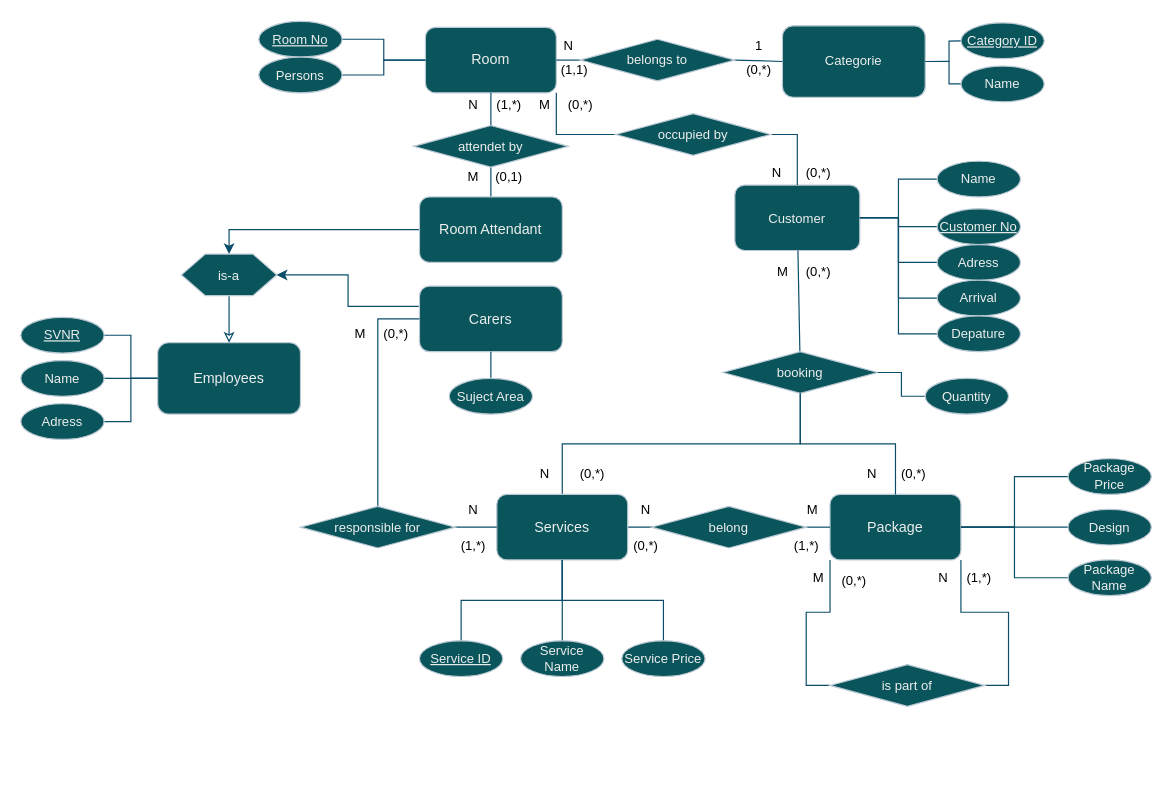
Earlier version of the draw.io diagram Hotel.drawio (IP2312/Database). Source tidied: cells renumbered, new cells numbered last; positions are measured from the earlier drawing's top-left corner, leaving out a move shared by most shapes. Both pictures are drawn from the tidied source at 119%, with x=0, y=0 at pixel (20, 20).
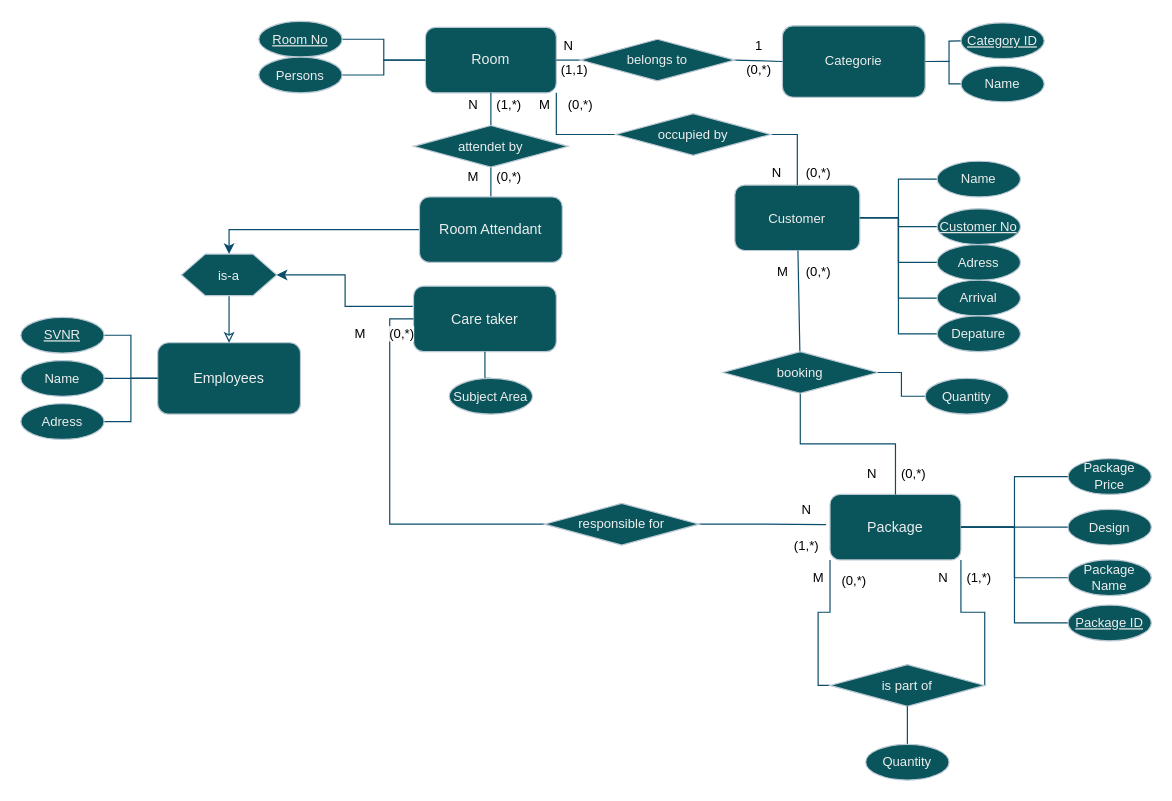
The same page after the edit.

Unchanged cells that the change refers to:
```xml
<mxCell id="9" value="Package" style="rounded=1;whiteSpace=wrap;html=1;fontSize=12;glass=0;strokeWidth=1;shadow=0;labelBackgroundColor=none;fillColor=#09555B;strokeColor=#BAC8D3;fontColor=#EEEEEE;" parent="1" vertex="1">
  <mxGeometry x="680" y="398" width="110" height="55" as="geometry" />
</mxCell>
<mxCell id="37" value="booking" style="rhombus;whiteSpace=wrap;html=1;fontFamily=Helvetica;fontSize=11;fontColor=#EEEEEE;labelBackgroundColor=none;fillColor=#09555B;strokeColor=#BAC8D3;" parent="1" vertex="1">
  <mxGeometry x="590" y="278" width="130" height="35" as="geometry" />
</mxCell>
<mxCell id="40" value="is part of" style="rhombus;whiteSpace=wrap;html=1;fontFamily=Helvetica;fontSize=11;fontColor=#EEEEEE;labelBackgroundColor=none;fillColor=#09555B;strokeColor=#BAC8D3;" parent="1" vertex="1">
  <mxGeometry x="680" y="541" width="130" height="35" as="geometry" />
</mxCell>
```

What changed in the source:
```diff
@@
-    <mxCell id="27" value="Carers" style="rounded=1;whiteSpace=wrap;html=1;fontSize=12;glass=0;strokeWidth=1;shadow=0;labelBackgroundColor=none;fillColor=#09555B;strokeColor=#BAC8D3;fontColor=#EEEEEE;" parent="1" vertex="1">
-      <mxGeometry x="335" y="223" width="120" height="55" as="geometry" />
+    <mxCell id="27" value="Care taker" style="rounded=1;whiteSpace=wrap;html=1;fontSize=12;glass=0;strokeWidth=1;shadow=0;labelBackgroundColor=none;fillColor=#09555B;strokeColor=#BAC8D3;fontColor=#EEEEEE;" parent="1" vertex="1">
+      <mxGeometry x="330" y="223" width="120" height="55" as="geometry" />
     </mxCell>
@@
     <mxCell id="38" style="edgeStyle=orthogonalEdgeStyle;shape=connector;rounded=0;jettySize=auto;html=1;exitX=0;exitY=0.5;exitDx=0;exitDy=0;entryX=0;entryY=1;entryDx=0;entryDy=0;strokeColor=#0B4D6A;align=center;verticalAlign=middle;fontFamily=Helvetica;fontSize=11;fontColor=default;labelBackgroundColor=default;startFill=0;endArrow=none;" parent="1" edge="1" source="40" target="9">
-      <mxGeometry relative="1" as="geometry" />
+      <mxGeometry relative="1" as="geometry">
+        <Array as="points">
+          <mxPoint x="670" y="558" />
+          <mxPoint x="670" y="497" />
+          <mxPoint x="680" y="497" />
+        </Array>
+      </mxGeometry>
     </mxCell>
     <mxCell id="39" style="edgeStyle=orthogonalEdgeStyle;shape=connector;rounded=0;jettySize=auto;html=1;exitX=1;exitY=0.5;exitDx=0;exitDy=0;entryX=1;entryY=1;entryDx=0;entryDy=0;strokeColor=#0B4D6A;align=center;verticalAlign=middle;fontFamily=Helvetica;fontSize=11;fontColor=default;labelBackgroundColor=default;startFill=0;endArrow=none;" parent="1" edge="1" source="40" target="9">
-      <mxGeometry relative="1" as="geometry" />
+      <mxGeometry relative="1" as="geometry">
+        <Array as="points">
+          <mxPoint x="810" y="497" />
+          <mxPoint x="790" y="497" />
+        </Array>
+      </mxGeometry>
     </mxCell>
@@
-    <mxCell id="52" style="edgeStyle=orthogonalEdgeStyle;shape=connector;rounded=0;jettySize=auto;html=1;strokeColor=#0B4D6A;align=center;verticalAlign=middle;fontFamily=Helvetica;fontSize=11;fontColor=default;labelBackgroundColor=default;startFill=0;endArrow=none;entryX=0.108;entryY=0.511;entryDx=0;entryDy=0;entryPerimeter=0;" parent="1" edge="1" source="54" target="65">
-      <mxGeometry relative="1" as="geometry" />
-    </mxCell>
-    <mxCell id="53" style="edgeStyle=orthogonalEdgeStyle;shape=connector;rounded=0;jettySize=auto;html=1;exitX=0.5;exitY=0;exitDx=0;exitDy=0;entryX=0.5;entryY=1;entryDx=0;entryDy=0;strokeColor=#0B4D6A;align=center;verticalAlign=middle;fontFamily=Helvetica;fontSize=11;fontColor=default;labelBackgroundColor=default;startFill=0;endArrow=none;" parent="1" edge="1" source="54" target="37">
-      <mxGeometry relative="1" as="geometry" />
-    </mxCell>
-    <mxCell id="54" value="Services" style="rounded=1;whiteSpace=wrap;html=1;fontSize=12;glass=0;strokeWidth=1;shadow=0;labelBackgroundColor=none;fillColor=#09555B;strokeColor=#BAC8D3;fontColor=#EEEEEE;" parent="1" vertex="1">
-      <mxGeometry x="400" y="398" width="110" height="55" as="geometry" />
-    </mxCell>
-    <mxCell id="55" style="edgeStyle=orthogonalEdgeStyle;shape=connector;rounded=0;jettySize=auto;html=1;exitX=0;exitY=0.5;exitDx=0;exitDy=0;entryX=0.5;entryY=0;entryDx=0;entryDy=0;strokeColor=#0B4D6A;align=center;verticalAlign=middle;fontFamily=Helvetica;fontSize=11;fontColor=default;labelBackgroundColor=default;startFill=0;endArrow=none;" parent="1" edge="1" source="27" target="57">
+    <mxCell id="55" style="edgeStyle=orthogonalEdgeStyle;shape=connector;rounded=0;jettySize=auto;html=1;exitX=0;exitY=0.5;exitDx=0;exitDy=0;entryX=0;entryY=0.5;entryDx=0;entryDy=0;strokeColor=#0B4D6A;align=center;verticalAlign=middle;fontFamily=Helvetica;fontSize=11;fontColor=default;labelBackgroundColor=default;startFill=0;endArrow=none;" parent="1" edge="1" source="27" target="57">
       <mxGeometry relative="1" as="geometry" />
     </mxCell>
-    <mxCell id="56" style="edgeStyle=orthogonalEdgeStyle;shape=connector;rounded=0;jettySize=auto;html=1;strokeColor=#0B4D6A;align=center;verticalAlign=middle;fontFamily=Helvetica;fontSize=11;fontColor=default;labelBackgroundColor=default;startFill=0;endArrow=none;" parent="1" edge="1" source="57" target="54">
+    <mxCell id="56" style="edgeStyle=orthogonalEdgeStyle;shape=connector;rounded=0;jettySize=auto;html=1;strokeColor=#0B4D6A;align=center;verticalAlign=middle;fontFamily=Helvetica;fontSize=11;fontColor=default;labelBackgroundColor=default;startFill=0;endArrow=none;entryX=-0.03;entryY=0.462;entryDx=0;entryDy=0;entryPerimeter=0;" parent="1" edge="1" source="57" target="9">
       <mxGeometry relative="1" as="geometry" />
     </mxCell>
     <mxCell id="57" value="responsible for" style="rhombus;whiteSpace=wrap;html=1;fontFamily=Helvetica;fontSize=11;fontColor=#EEEEEE;labelBackgroundColor=none;fillColor=#09555B;strokeColor=#BAC8D3;" parent="1" vertex="1">
-      <mxGeometry x="235" y="408" width="130" height="35" as="geometry" />
+      <mxGeometry x="440" y="405.5" width="130" height="35" as="geometry" />
     </mxCell>
-    <mxCell id="58" style="edgeStyle=orthogonalEdgeStyle;shape=connector;rounded=0;jettySize=auto;html=1;strokeColor=#0B4D6A;align=center;verticalAlign=middle;fontFamily=Helvetica;fontSize=11;fontColor=default;labelBackgroundColor=default;startFill=0;endArrow=none;" parent="1" edge="1" source="59" target="54">
-      <mxGeometry relative="1" as="geometry" />
-    </mxCell>
-    <mxCell id="59" value="Service Name" style="ellipse;whiteSpace=wrap;html=1;fontFamily=Helvetica;fontSize=11;fontColor=#EEEEEE;labelBackgroundColor=none;fillColor=#09555B;strokeColor=#BAC8D3;" parent="1" vertex="1">
-      <mxGeometry x="420" y="521" width="70" height="30" as="geometry" />
-    </mxCell>
-    <mxCell id="60" style="edgeStyle=orthogonalEdgeStyle;shape=connector;rounded=0;jettySize=auto;html=1;strokeColor=#0B4D6A;align=center;verticalAlign=middle;fontFamily=Helvetica;fontSize=11;fontColor=default;labelBackgroundColor=default;startFill=0;endArrow=none;" parent="1" edge="1" source="61" target="54">
-      <mxGeometry relative="1" as="geometry" />
-    </mxCell>
-    <mxCell id="61" value="&lt;u&gt;Service ID&lt;/u&gt;" style="ellipse;whiteSpace=wrap;html=1;fontFamily=Helvetica;fontSize=11;fontColor=#EEEEEE;labelBackgroundColor=none;fillColor=#09555B;strokeColor=#BAC8D3;" parent="1" vertex="1">
-      <mxGeometry x="335" y="521" width="70" height="30" as="geometry" />
-    </mxCell>
@@
-    <mxCell id="64" style="edgeStyle=orthogonalEdgeStyle;shape=connector;rounded=0;jettySize=auto;html=1;exitX=1;exitY=0.5;exitDx=0;exitDy=0;entryX=0;entryY=0.5;entryDx=0;entryDy=0;strokeColor=#0B4D6A;align=center;verticalAlign=middle;fontFamily=Helvetica;fontSize=11;fontColor=default;labelBackgroundColor=default;startFill=0;endArrow=none;" parent="1" edge="1" source="65" target="9">
-      <mxGeometry relative="1" as="geometry" />
-    </mxCell>
-    <mxCell id="65" value="belong" style="rhombus;whiteSpace=wrap;html=1;fontFamily=Helvetica;fontSize=11;fontColor=#EEEEEE;labelBackgroundColor=none;fillColor=#09555B;strokeColor=#BAC8D3;" parent="1" vertex="1">
-      <mxGeometry x="530" y="408" width="130" height="35" as="geometry" />
-    </mxCell>
@@
-    <mxCell id="78" value="(0,1)" style="text;html=1;align=center;verticalAlign=middle;strokeColor=none;fillColor=none;fontFamily=Helvetica;fontSize=11;fontColor=default;labelBackgroundColor=default;" parent="1" vertex="1">
-      <mxGeometry x="385" y="116" width="50" height="30" as="geometry" />
+    <mxCell id="78" value="(0,*)" style="text;html=1;align=center;verticalAlign=middle;strokeColor=none;fillColor=none;fontFamily=Helvetica;fontSize=11;fontColor=default;labelBackgroundColor=default;" parent="1" vertex="1">
+      <mxGeometry x="390" y="116" width="40" height="30" as="geometry" />
     </mxCell>
-    <mxCell id="79" style="edgeStyle=orthogonalEdgeStyle;shape=connector;rounded=0;jettySize=auto;html=1;strokeColor=#0B4D6A;align=center;verticalAlign=middle;fontFamily=Helvetica;fontSize=11;fontColor=default;labelBackgroundColor=default;startFill=0;endArrow=none;" parent="1" edge="1" source="80" target="54">
-      <mxGeometry relative="1" as="geometry" />
-    </mxCell>
-    <mxCell id="80" value="Service Price" style="ellipse;whiteSpace=wrap;html=1;fontFamily=Helvetica;fontSize=11;fontColor=#EEEEEE;labelBackgroundColor=none;fillColor=#09555B;strokeColor=#BAC8D3;" parent="1" vertex="1">
-      <mxGeometry x="505" y="521" width="70" height="30" as="geometry" />
-    </mxCell>
@@
-    <mxCell id="85" value="Suject Area" style="ellipse;whiteSpace=wrap;html=1;fontFamily=Helvetica;fontSize=11;fontColor=#EEEEEE;labelBackgroundColor=none;fillColor=#09555B;strokeColor=#BAC8D3;" parent="1" vertex="1">
+    <mxCell id="85" value="Subject Area" style="ellipse;whiteSpace=wrap;html=1;fontFamily=Helvetica;fontSize=11;fontColor=#EEEEEE;labelBackgroundColor=none;fillColor=#09555B;strokeColor=#BAC8D3;" parent="1" vertex="1">
       <mxGeometry x="360" y="300.5" width="70" height="30" as="geometry" />
     </mxCell>
@@
     <mxCell id="93" value="(0,*)" style="text;html=1;align=center;verticalAlign=middle;strokeColor=none;fillColor=none;fontFamily=Helvetica;fontSize=11;fontColor=default;labelBackgroundColor=default;" parent="1" vertex="1">
-      <mxGeometry x="295" y="248" width="40" height="30" as="geometry" />
+      <mxGeometry x="300" y="248" width="40" height="30" as="geometry" />
     </mxCell>
@@
-    <mxCell id="96" value="N" style="text;html=1;align=center;verticalAlign=middle;strokeColor=none;fillColor=none;fontFamily=Helvetica;fontSize=11;fontColor=default;labelBackgroundColor=default;" parent="1" vertex="1">
-      <mxGeometry x="365" y="396" width="30" height="30" as="geometry" />
-    </mxCell>
-    <mxCell id="97" value="(1,*)" style="text;html=1;align=center;verticalAlign=middle;strokeColor=none;fillColor=none;fontFamily=Helvetica;fontSize=11;fontColor=default;labelBackgroundColor=default;" parent="1" vertex="1">
-      <mxGeometry x="360" y="426" width="40" height="30" as="geometry" />
-    </mxCell>
-    <mxCell id="98" value="N" style="text;html=1;align=center;verticalAlign=middle;strokeColor=none;fillColor=none;fontFamily=Helvetica;fontSize=11;fontColor=default;labelBackgroundColor=default;" parent="1" vertex="1">
-      <mxGeometry x="510" y="396" width="30" height="30" as="geometry" />
-    </mxCell>
-    <mxCell id="99" value="M" style="text;html=1;align=center;verticalAlign=middle;strokeColor=none;fillColor=none;fontFamily=Helvetica;fontSize=11;fontColor=default;labelBackgroundColor=default;" parent="1" vertex="1">
-      <mxGeometry x="650" y="396" width="30" height="30" as="geometry" />
-    </mxCell>
-    <mxCell id="100" value="(0,*)" style="text;html=1;align=center;verticalAlign=middle;strokeColor=none;fillColor=none;fontFamily=Helvetica;fontSize=11;fontColor=default;labelBackgroundColor=default;" parent="1" vertex="1">
-      <mxGeometry x="505" y="426" width="40" height="30" as="geometry" />
-    </mxCell>
-    <mxCell id="101" value="(1,*)" style="text;html=1;align=center;verticalAlign=middle;strokeColor=none;fillColor=none;fontFamily=Helvetica;fontSize=11;fontColor=default;labelBackgroundColor=default;" parent="1" vertex="1">
-      <mxGeometry x="640" y="426" width="40" height="30" as="geometry" />
-    </mxCell>
-    <mxCell id="102" value="N" style="text;html=1;align=center;verticalAlign=middle;strokeColor=none;fillColor=none;fontFamily=Helvetica;fontSize=11;fontColor=default;labelBackgroundColor=default;" parent="1" vertex="1">
-      <mxGeometry x="425" y="366" width="30" height="30" as="geometry" />
-    </mxCell>
-    <mxCell id="103" value="(0,*)" style="text;html=1;align=center;verticalAlign=middle;strokeColor=none;fillColor=none;fontFamily=Helvetica;fontSize=11;fontColor=default;labelBackgroundColor=default;" parent="1" vertex="1">
-      <mxGeometry x="460" y="366" width="40" height="30" as="geometry" />
-    </mxCell>
@@
+    <mxCell id="106" style="edgeStyle=orthogonalEdgeStyle;shape=connector;rounded=0;jettySize=auto;html=1;exitX=0;exitY=0.5;exitDx=0;exitDy=0;entryX=1;entryY=0.5;entryDx=0;entryDy=0;strokeColor=#0B4D6A;align=center;verticalAlign=middle;fontFamily=Helvetica;fontSize=11;fontColor=default;labelBackgroundColor=default;startFill=0;endArrow=none;" parent="1" edge="1" source="107" target="9">
+      <mxGeometry relative="1" as="geometry" />
+    </mxCell>
+    <mxCell id="107" value="&lt;u&gt;Package ID&lt;/u&gt;" style="ellipse;whiteSpace=wrap;html=1;fontFamily=Helvetica;fontSize=11;fontColor=#EEEEEE;labelBackgroundColor=none;fillColor=#09555B;strokeColor=#BAC8D3;" parent="1" vertex="1">
+      <mxGeometry x="880" y="491" width="70" height="30" as="geometry" />
+    </mxCell>
+    <mxCell id="108" style="edgeStyle=orthogonalEdgeStyle;shape=connector;rounded=0;jettySize=auto;html=1;strokeColor=#0B4D6A;align=center;verticalAlign=middle;fontFamily=Helvetica;fontSize=11;fontColor=default;labelBackgroundColor=default;startFill=0;endArrow=none;" parent="1" edge="1" source="109" target="40">
+      <mxGeometry relative="1" as="geometry" />
+    </mxCell>
+    <mxCell id="109" value="Quantity" style="ellipse;whiteSpace=wrap;html=1;fontFamily=Helvetica;fontSize=11;fontColor=#EEEEEE;labelBackgroundColor=none;fillColor=#09555B;strokeColor=#BAC8D3;" parent="1" vertex="1">
+      <mxGeometry x="710" y="608" width="70" height="30" as="geometry" />
+    </mxCell>
+    <mxCell id="110" value="N" style="text;html=1;align=center;verticalAlign=middle;strokeColor=none;fillColor=none;fontFamily=Helvetica;fontSize=11;fontColor=default;labelBackgroundColor=default;" parent="1" vertex="1">
+      <mxGeometry x="645" y="396" width="30" height="30" as="geometry" />
+    </mxCell>
+    <mxCell id="101" value="(1,*)" style="text;html=1;align=center;verticalAlign=middle;strokeColor=none;fillColor=none;fontFamily=Helvetica;fontSize=11;fontColor=default;labelBackgroundColor=default;" parent="1" vertex="1">
+      <mxGeometry x="640" y="426" width="40" height="30" as="geometry" />
+    </mxCell>
```
